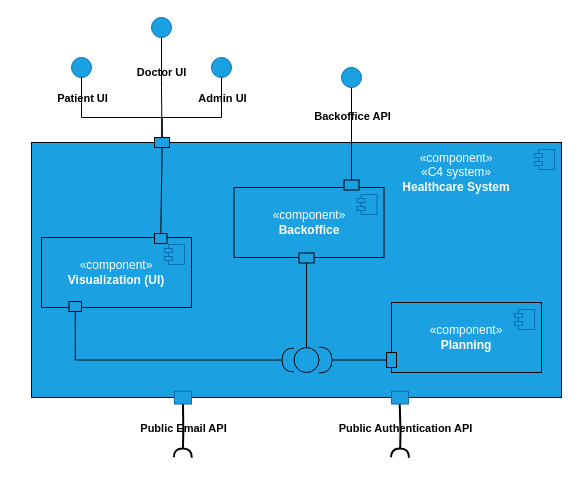
Earlier version of the draw.io diagram docs/sprint-1/team-decisions/views/logical-view/healthcare_system_vl2.drawio (rita-barbosa/LAPR5-2425). Source tidied: cells renumbered, new cells numbered last; positions are measured from the earlier drawing's top-left corner, leaving out a move shared by most shapes. Both pictures are drawn from the tidied source at 100%, with x=0, y=0 at pixel (31, 17).
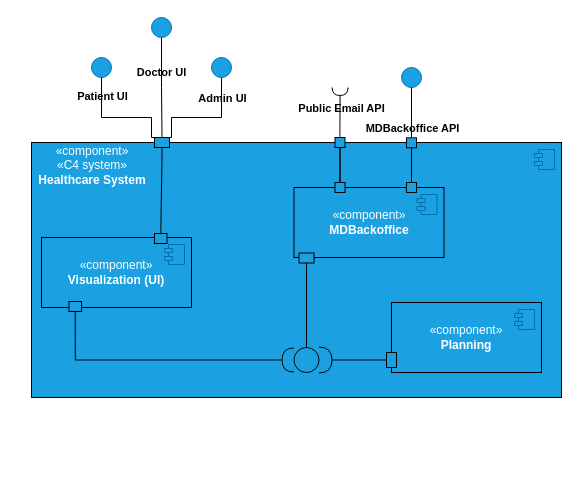
After the change.

Unchanged cells that the change refers to:
```xml
<mxCell id="10" style="group;" parent="9" vertex="1">
  <mxGeometry width="157.5" height="80" as="geometry" />
</mxCell>
<mxCell id="24" style="rounded=0;whiteSpace=wrap;html=1;fillColor=#1ba1e2;fontColor=#ffffff;strokeColor=#000000;" parent="1" vertex="1">
  <mxGeometry x="123" y="120" width="15" height="10" as="geometry" />
</mxCell>
<mxCell id="27" style="ellipse;whiteSpace=wrap;html=1;fillColor=#1ba1e2;fontColor=#ffffff;strokeColor=#006EAF;" parent="1" vertex="1">
  <mxGeometry x="180" y="40" width="20" height="20" as="geometry" />
</mxCell>
```

What changed in the source:
```diff
@@
     <mxCell id="8" value="&lt;span style=&quot;color: rgb(255, 255, 255);&quot;&gt;«component»&lt;/span&gt;&lt;br style=&quot;color: rgb(255, 255, 255);&quot;&gt;&lt;span style=&quot;color: rgb(255, 255, 255);&quot;&gt;«C4 system»&lt;/span&gt;&lt;br style=&quot;color: rgb(255, 255, 255);&quot;&gt;&lt;b style=&quot;color: rgb(255, 255, 255);&quot;&gt;Healthcare System&lt;/b&gt;" style="text;html=1;align=center;verticalAlign=middle;whiteSpace=wrap;rounded=0;" parent="1" vertex="1">
-      <mxGeometry x="350" y="130" width="150" height="50" as="geometry" />
+      <mxGeometry x="-14.5" y="125" width="150" height="45" as="geometry" />
     </mxCell>
     <mxCell id="9" style="group;" parent="1" vertex="1">
-      <mxGeometry x="202.5" y="160" width="157.5" height="80" as="geometry" />
+      <mxGeometry x="262.5" y="160" width="157.5" height="80" as="geometry" />
     </mxCell>
@@
-    <mxCell id="11" value="«component»&lt;br&gt;&lt;b&gt;Backoffice&lt;/b&gt;" style="html=1;whiteSpace=wrap;fillColor=#1ba1e2;fontColor=#ffffff;strokeColor=#000000;" parent="10" vertex="1">
+    <mxCell id="11" value="«component»&lt;br&gt;&lt;b&gt;MDBackoffice&lt;/b&gt;" style="html=1;whiteSpace=wrap;fillColor=#1ba1e2;fontColor=#ffffff;strokeColor=#000000;" parent="10" vertex="1">
       <mxGeometry y="10" width="150" height="70" as="geometry" />
     </mxCell>
@@
-    <mxCell id="13" style="rounded=0;whiteSpace=wrap;html=1;fillColor=#1ba1e2;fontColor=#ffffff;strokeColor=#000000;rotation=90;" parent="10" vertex="1">
-      <mxGeometry x="112.5" width="10" height="15" as="geometry" />
-    </mxCell>
+    <mxCell id="49" style="fontStyle=0;labelPosition=right;verticalLabelPosition=middle;align=left;verticalAlign=middle;spacingLeft=2;fillColor=#1BA1E2;strokeColor=#030303;" parent="10" vertex="1">
+      <mxGeometry x="112.5" y="5" width="10" height="10" as="geometry" />
+    </mxCell>
@@
     <mxCell id="20" style="ellipse;whiteSpace=wrap;html=1;fillColor=#1ba1e2;fontColor=#ffffff;strokeColor=#006EAF;" parent="1" vertex="1">
-      <mxGeometry x="40" y="40" width="20" height="20" as="geometry" />
+      <mxGeometry x="60" y="40" width="20" height="20" as="geometry" />
     </mxCell>
-    <mxCell id="21" style="edgeStyle=orthogonalEdgeStyle;rounded=0;jettySize=auto;html=1;exitX=0.5;exitY=0;exitDx=0;exitDy=0;entryX=0.5;entryY=1;entryDx=0;entryDy=0;endArrow=none;endFill=0;strokeColor=#000000;" parent="1" edge="1" source="24" target="20">
+    <mxCell id="21" style="edgeStyle=orthogonalEdgeStyle;rounded=0;jettySize=auto;html=1;exitX=0.163;exitY=0.003;exitDx=0;exitDy=0;entryX=0.5;entryY=1;entryDx=0;entryDy=0;endArrow=none;endFill=0;strokeColor=#000000;exitPerimeter=0;" parent="1" edge="1" source="24" target="20">
       <mxGeometry relative="1" as="geometry">
         <Array as="points">
-          <mxPoint x="130" y="100" />
-          <mxPoint x="50" y="100" />
+          <mxPoint x="120" y="120" />
+          <mxPoint x="120" y="100" />
+          <mxPoint x="70" y="100" />
+          <mxPoint x="70" y="60" />
         </Array>
       </mxGeometry>
     </mxCell>
@@
     <mxCell id="25" style="edgeStyle=orthogonalEdgeStyle;rounded=0;jettySize=auto;html=1;entryX=0.5;entryY=0;entryDx=0;entryDy=0;endArrow=none;endFill=0;strokeColor=#000000;" parent="1" edge="1" source="27" target="24">
       <mxGeometry relative="1" as="geometry">
         <Array as="points">
           <mxPoint x="190" y="100" />
-          <mxPoint x="130" y="100" />
+          <mxPoint x="140" y="100" />
+          <mxPoint x="140" y="120" />
         </Array>
       </mxGeometry>
     </mxCell>
@@
-    <mxCell id="33" style="edgeStyle=orthogonalEdgeStyle;rounded=0;jettySize=auto;html=1;exitX=0.5;exitY=1;exitDx=0;exitDy=0;entryX=0;entryY=0.5;entryDx=0;entryDy=0;endArrow=none;endFill=0;strokeColor=#000000;" parent="1" edge="1" source="35" target="13">
+    <mxCell id="33" style="edgeStyle=orthogonalEdgeStyle;rounded=0;jettySize=auto;html=1;exitX=0.5;exitY=1;exitDx=0;exitDy=0;endArrow=none;endFill=0;strokeColor=#000000;entryX=0.5;entryY=0;entryDx=0;entryDy=0;" parent="1" edge="1" source="52" target="49">
       <mxGeometry relative="1" as="geometry">
         <Array as="points">
-          <mxPoint x="320" y="70" />
+          <mxPoint x="380" y="160" />
+          <mxPoint x="380" y="160" />
         </Array>
       </mxGeometry>
     </mxCell>
-    <mxCell id="34" value="&lt;b&gt;Backoffice API&lt;/b&gt;" style="edgeLabel;html=1;align=center;verticalAlign=middle;labelBackgroundColor=none;" parent="33" vertex="1">
-      <mxGeometry x="-0.89" relative="1" as="geometry">
-        <mxPoint y="23" as="offset" />
-      </mxGeometry>
-    </mxCell>
     <mxCell id="35" style="ellipse;whiteSpace=wrap;html=1;fillColor=#1ba1e2;fontColor=#ffffff;strokeColor=#006EAF;" parent="1" vertex="1">
-      <mxGeometry x="310" y="50" width="20" height="20" as="geometry" />
+      <mxGeometry x="370" y="50" width="20" height="20" as="geometry" />
     </mxCell>
@@
-    <mxCell id="41" style="group;strokeWidth=2;" parent="1" vertex="1">
-      <mxGeometry x="360" y="373.8" width="17" height="66.2" as="geometry" />
-    </mxCell>
-    <mxCell id="42" style="edgeStyle=orthogonalEdgeStyle;rounded=0;orthogonalLoop=1;jettySize=auto;html=1;entryX=0.5;entryY=0;entryDx=0;entryDy=0;endArrow=none;endFill=0;fontColor=#000000;strokeColor=#000000;startArrow=halfCircle;startFill=0;endSize=6;strokeWidth=2;" parent="41" edge="1">
-      <mxGeometry relative="1" as="geometry">
-        <mxPoint x="8.5" y="66.2" as="sourcePoint" />
-        <mxPoint x="8.2" y="12.7" as="targetPoint" />
-      </mxGeometry>
-    </mxCell>
-    <mxCell id="43" value="Public Authentication API" style="edgeLabel;html=1;align=center;verticalAlign=middle;labelBackgroundColor=none;fontStyle=1;" parent="42" vertex="1">
-      <mxGeometry x="-0.09" y="-1" relative="1" as="geometry">
-        <mxPoint x="4" y="-6" as="offset" />
-      </mxGeometry>
-    </mxCell>
-    <mxCell id="44" style="rounded=0;whiteSpace=wrap;html=1;fillColor=#1ba1e2;fontColor=#ffffff;strokeColor=#006EAF;rotation=-180;" parent="41" vertex="1">
-      <mxGeometry width="17" height="12.7" as="geometry" />
-    </mxCell>
-    <mxCell id="45" style="group;strokeWidth=2;" parent="1" vertex="1">
-      <mxGeometry x="143" y="373.8" width="17" height="66.2" as="geometry" />
-    </mxCell>
-    <mxCell id="46" style="edgeStyle=orthogonalEdgeStyle;rounded=0;orthogonalLoop=1;jettySize=auto;html=1;entryX=0.5;entryY=0;entryDx=0;entryDy=0;endArrow=none;endFill=0;fontColor=#000000;strokeColor=#000000;startArrow=halfCircle;startFill=0;strokeWidth=2;endSize=6;jumpSize=6;" parent="45" edge="1">
-      <mxGeometry relative="1" as="geometry">
-        <mxPoint x="8.3" y="66.2" as="sourcePoint" />
-        <mxPoint x="8.5" y="12.7" as="targetPoint" />
-      </mxGeometry>
-    </mxCell>
+    <mxCell id="50" style="edgeStyle=orthogonalEdgeStyle;rounded=0;jettySize=auto;html=1;exitX=0.5;exitY=1;exitDx=0;exitDy=0;entryX=0.5;entryY=0;entryDx=0;entryDy=0;endArrow=none;endFill=0;strokeColor=#000000;" parent="1" edge="1" source="35" target="52">
+      <mxGeometry relative="1" as="geometry">
+        <Array as="points">
+          <mxPoint x="380" y="110" />
+          <mxPoint x="380" y="110" />
+        </Array>
+      </mxGeometry>
+    </mxCell>
+    <mxCell id="51" value="&lt;b&gt;MDBackoffice API&lt;/b&gt;" style="edgeLabel;html=1;align=center;verticalAlign=middle;labelBackgroundColor=none;" parent="50" vertex="1">
+      <mxGeometry x="-0.89" relative="1" as="geometry">
+        <mxPoint y="37" as="offset" />
+      </mxGeometry>
+    </mxCell>
+    <mxCell id="52" style="fontStyle=0;labelPosition=right;verticalLabelPosition=middle;align=left;verticalAlign=middle;spacingLeft=2;fillColor=#1BA1E2;strokeColor=#030303;" parent="1" vertex="1">
+      <mxGeometry x="375" y="120.3" width="10" height="10" as="geometry" />
+    </mxCell>
+    <mxCell id="53" style="edgeStyle=orthogonalEdgeStyle;rounded=0;jettySize=auto;html=1;exitX=0.5;exitY=1;exitDx=0;exitDy=0;entryX=0;entryY=0.5;entryDx=0;entryDy=0;endArrow=none;endFill=0;strokeColor=#000000;" parent="1" edge="1" source="54">
+      <mxGeometry relative="1" as="geometry">
+        <mxPoint x="308.4" y="173" as="targetPoint" />
+        <Array as="points">
+          <mxPoint x="308.4" y="130" />
+          <mxPoint x="308.4" y="130" />
+        </Array>
+      </mxGeometry>
+    </mxCell>
+    <mxCell id="54" style="fontStyle=0;labelPosition=right;verticalLabelPosition=middle;align=left;verticalAlign=middle;spacingLeft=2;fillColor=#1BA1E2;strokeColor=#030303;" parent="1" vertex="1">
+      <mxGeometry x="303.5" y="165" width="10" height="10" as="geometry" />
+    </mxCell>
+    <mxCell id="55" style="fontStyle=0;labelPosition=right;verticalLabelPosition=middle;align=left;verticalAlign=middle;spacingLeft=2;fillColor=#1BA1E2;strokeColor=#030303;" parent="1" vertex="1">
+      <mxGeometry x="303.5" y="120" width="10" height="10" as="geometry" />
+    </mxCell>
+    <mxCell id="56" style="rounded=0;orthogonalLoop=1;jettySize=auto;html=1;endArrow=halfCircle;endFill=0;endSize=6;strokeWidth=1;sketch=0;fontSize=12;curved=1;exitX=0.441;exitY=-0.048;exitDx=0;exitDy=0;exitPerimeter=0;fillColor=#030303;strokeColor=#030303;" parent="1" edge="1">
+      <mxGeometry relative="1" as="geometry">
+        <mxPoint x="308.4" y="119.5" as="sourcePoint" />
+        <mxPoint x="308.6" y="70" as="targetPoint" />
+      </mxGeometry>
+    </mxCell>
+    <mxCell id="57" style="ellipse;whiteSpace=wrap;html=1;align=center;fillColor=none;strokeColor=none;perimeter=centerPerimeter;" parent="1" vertex="1">
+      <mxGeometry x="290" y="150" width="10" height="10" as="geometry" />
+    </mxCell>
-    <mxCell id="47" value="Public Email API" style="edgeLabel;html=1;align=center;verticalAlign=middle;labelBackgroundColor=none;fontStyle=1;" parent="46" vertex="1">
-      <mxGeometry x="-0.15" relative="1" as="geometry">
-        <mxPoint y="-7" as="offset" />
+    <mxCell id="47" value="&lt;b&gt;Public Email API&lt;/b&gt;" style="edgeLabel;html=1;align=center;verticalAlign=middle;labelBackgroundColor=none;" parent="1" vertex="1">
+      <mxGeometry x="135.5" y="140" as="geometry">
+        <mxPoint x="174" y="-50" as="offset" />
       </mxGeometry>
     </mxCell>
-    <mxCell id="48" style="rounded=0;whiteSpace=wrap;html=1;fillColor=#1ba1e2;fontColor=#ffffff;strokeColor=#006EAF;rotation=-180;" parent="45" vertex="1">
-      <mxGeometry width="17" height="12.7" as="geometry" />
-    </mxCell>
```
